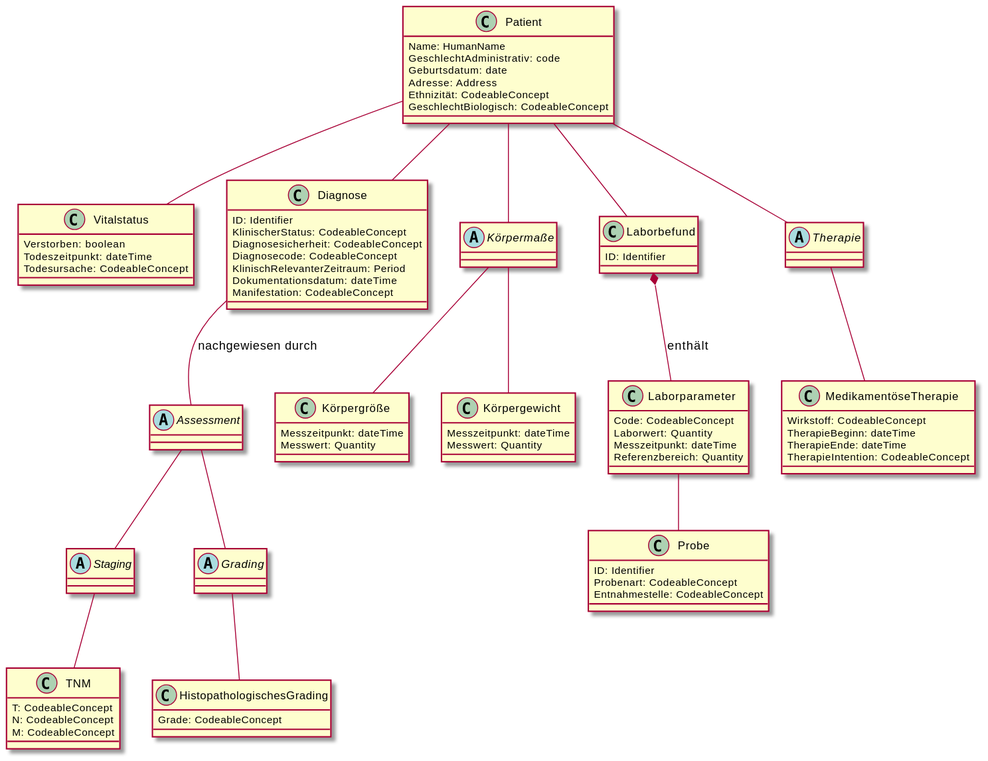
Before: input/images/GOLD.svg, a diagram exported from PlantUML (vision-zero-oncology/GOLD).
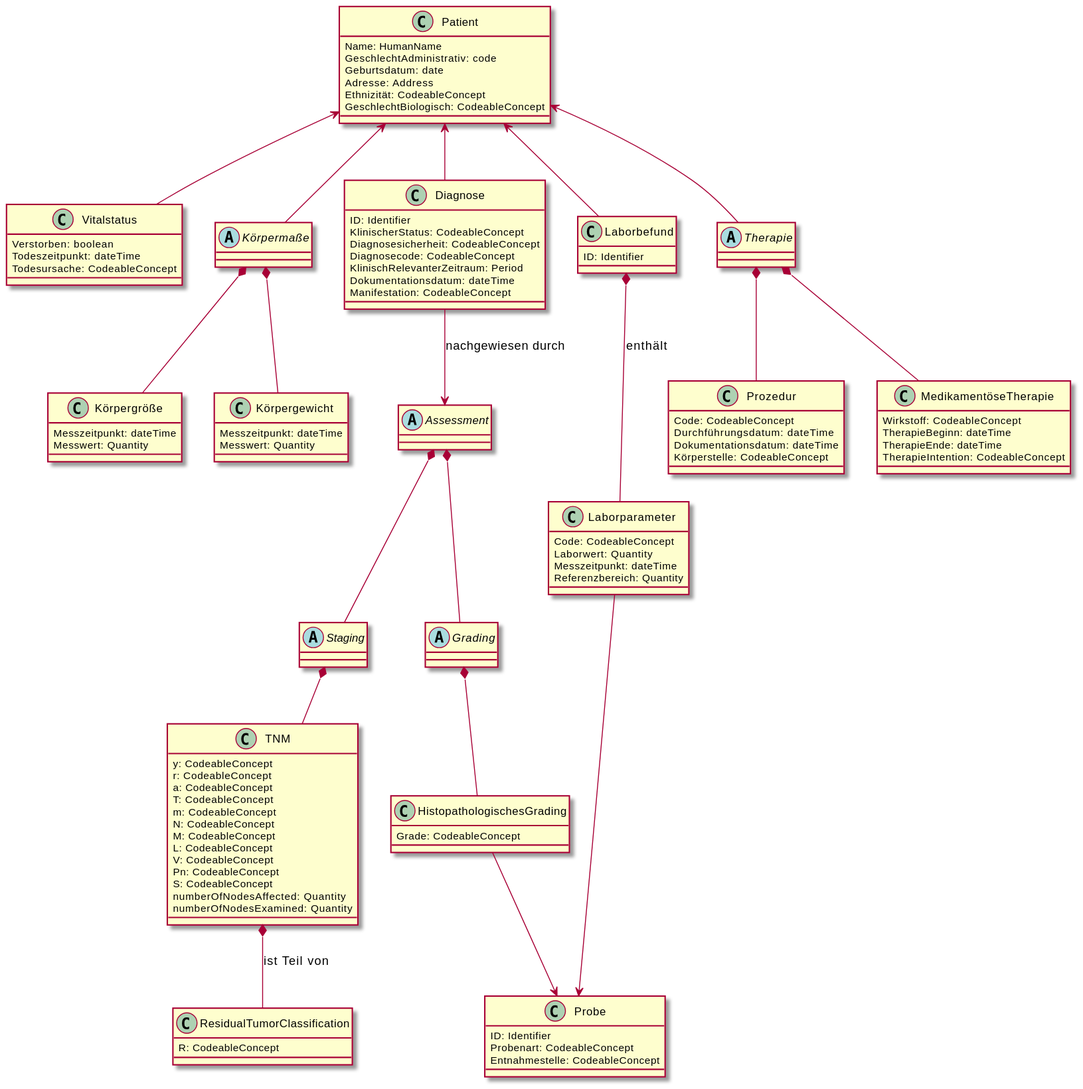
The same file after the commit.

Diff of the diagram source:
```diff
@@ -1,4 +1,5 @@
 @startuml "GOLD"
+skinparam groupInheritance 2
 
 class Patient {
     Name: HumanName
@@ -15,7 +16,27 @@
     Todesursache: CodeableConcept
 }
 
-Patient -- Vitalstatus
+Patient <-- Vitalstatus
+
+abstract Körpermaße {
+
+}
+
+Patient <-- Körpermaße
+
+class Körpergröße {
+    Messzeitpunkt: dateTime
+    Messwert: Quantity
+}
+
+Körpermaße *-- Körpergröße
+
+class Körpergewicht {
+    Messzeitpunkt: dateTime
+    Messwert: Quantity
+}
+
+Körpermaße *-- Körpergewicht
 
 class Diagnose {
     ID: Identifier
@@ -27,33 +48,13 @@
     Manifestation: CodeableConcept
 }
 
-Patient -- Diagnose
-
-abstract Körpermaße {
-
-}
-
-Patient -- Körpermaße
-
-class Körpergröße {
-    Messzeitpunkt: dateTime
-    Messwert: Quantity
-}
-
-Körpermaße -- Körpergröße
-
-class Körpergewicht {
-    Messzeitpunkt: dateTime
-    Messwert: Quantity
-}
-
-Körpermaße -- Körpergewicht
+Patient <-- Diagnose
 
 class Laborbefund {
     ID: Identifier
 }
 
-Patient -- Laborbefund
+Patient <-- Laborbefund
 
 class Laborparameter {
     Code: CodeableConcept
@@ -69,7 +70,7 @@
 }
 
 Laborbefund *-- Laborparameter : enthält
-Laborparameter -- Probe
+Laborparameter --> Probe
 
 abstract Assessment {
 
@@ -84,24 +85,50 @@
 }
 
 class TNM {
+    y: CodeableConcept
+    r: CodeableConcept
+    a: CodeableConcept
     T: CodeableConcept
+    m: CodeableConcept
     N: CodeableConcept
     M: CodeableConcept
+    L: CodeableConcept
+    V: CodeableConcept
+    Pn: CodeableConcept
+    S: CodeableConcept
+    numberOfNodesAffected: Quantity
+    numberOfNodesExamined: Quantity
 }
+
+class ResidualTumorClassification {
+    R: CodeableConcept
+}
+
+TNM *-- ResidualTumorClassification : ist Teil von
 
 class HistopathologischesGrading {
     Grade: CodeableConcept
 }
 
-Assessment -- Staging
-Assessment -- Grading
-Staging -- TNM
-Grading -- HistopathologischesGrading
-Diagnose -- Assessment : nachgewiesen durch
+Assessment *-- Staging
+Assessment *-- Grading
+Staging *-- TNM
+Grading *-- HistopathologischesGrading
+Diagnose --> Assessment : nachgewiesen durch
+HistopathologischesGrading --> Probe
 
 abstract Therapie {
 
 }
+
+class Prozedur {
+    Code: CodeableConcept
+    Durchführungsdatum: dateTime
+    Dokumentationsdatum: dateTime
+    Körperstelle: CodeableConcept
+}
+
+Therapie *-- Prozedur
 
 class MedikamentöseTherapie {
     Wirkstoff: CodeableConcept
@@ -110,7 +137,7 @@
     TherapieIntention: CodeableConcept
 }
 
-Therapie -- MedikamentöseTherapie
-Patient -- Therapie
+Therapie *-- MedikamentöseTherapie
+Patient <-- Therapie
 
 @enduml
```
